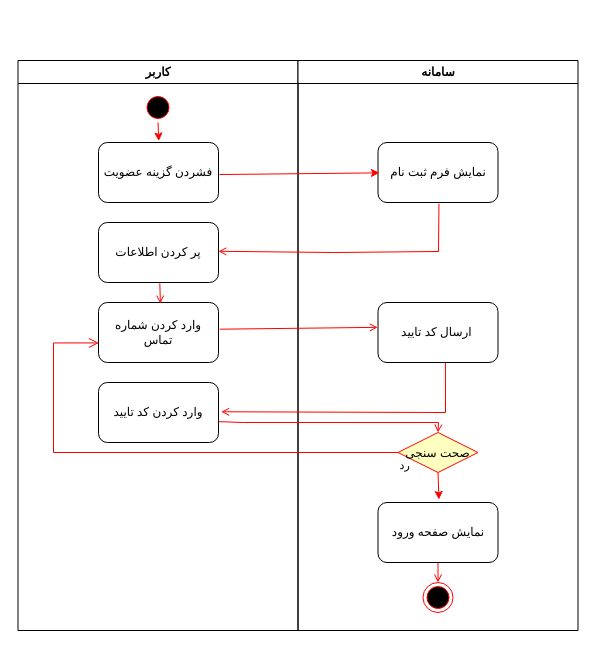
4Tech-IUT/Activity-Diagrams keeps this draw.io diagram as page "ثبت کاربر" (1 of 3) of LeilaAlaviAD.drawio. Above is the earlier version. Source tidied: cells renumbered, new cells numbered last; positions are measured from the earlier drawing's top-left corner, leaving out a move shared by most shapes. Both pictures are drawn from the tidied source at 100%, with x=0, y=0 at pixel (17, 60).
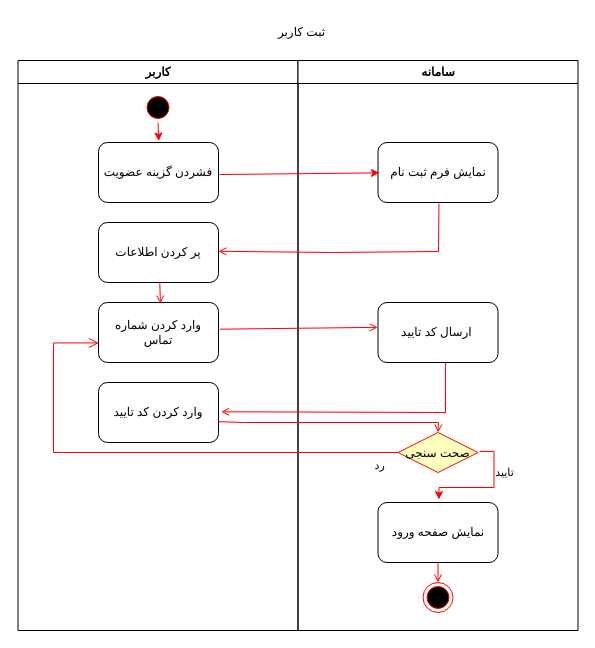
The same diagram, later.

The change refers to these unchanged cells:
```xml
<mxCell id="5" value="وارد کردن شماره تماس" style="rounded=1;whiteSpace=wrap;html=1;" parent="2" vertex="1">
  <mxGeometry x="80.5" y="242" width="120" height="60" as="geometry" />
</mxCell>
<mxCell id="10" value="سامانه" style="swimlane;whiteSpace=wrap;" parent="1" vertex="1">
  <mxGeometry x="280.5" width="280" height="570" as="geometry" />
</mxCell>
<mxCell id="14" value="صحت سنجی" style="rhombus;fillColor=#ffffc0;strokeColor=#ff0000;" parent="10" vertex="1">
  <mxGeometry x="100" y="372" width="80" height="40" as="geometry" />
</mxCell>
<mxCell id="16" value="نمایش صفحه ورود" style="rounded=1;whiteSpace=wrap;html=1;" parent="10" vertex="1">
  <mxGeometry x="80" y="442" width="120" height="60" as="geometry" />
</mxCell>
```

Diff of the diagram source:
```diff
@@
-    <mxCell id="17" style="endArrow=classic;html=1;rounded=0;exitX=0.5;exitY=1;exitDx=0;exitDy=0;entryX=0.508;entryY=-0.05;entryDx=0;entryDy=0;entryPerimeter=0;strokeColor=#FF0000;" parent="10" edge="1" source="14" target="16">
-      <mxGeometry relative="1" as="geometry" />
+    <mxCell id="17" style="endArrow=classic;html=1;rounded=0;exitX=1.021;exitY=0.473;exitDx=0;exitDy=0;entryX=0.508;entryY=-0.05;entryDx=0;entryDy=0;entryPerimeter=0;strokeColor=#FF0000;exitPerimeter=0;edgeStyle=orthogonalEdgeStyle;" parent="10" edge="1" source="14" target="16">
+      <mxGeometry relative="1" as="geometry">
+        <Array as="points">
+          <mxPoint x="196" y="391" />
+          <mxPoint x="196" y="427" />
+          <mxPoint x="141" y="427" />
+        </Array>
+      </mxGeometry>
     </mxCell>
+    <mxCell id="24" value="تایید" style="edgeLabel;html=1;align=center;verticalAlign=middle;" parent="17" vertex="1">
+      <mxGeometry x="-0.43" y="1" relative="1" as="geometry">
+        <mxPoint x="9" y="2" as="offset" />
+      </mxGeometry>
+    </mxCell>
@@
     <mxCell id="22" value="رد" style="edgeStyle=elbowEdgeStyle;elbow=horizontal;align=left;verticalAlign=top;endArrow=open;endSize=8;strokeColor=#FF0000;endFill=1;rounded=0;entryX=0.004;entryY=0.674;entryDx=0;entryDy=0;entryPerimeter=0;" parent="1" edge="1" source="14" target="5">
-      <mxGeometry x="-1" relative="1" as="geometry">
+      <mxGeometry x="-0.9" relative="1" as="geometry">
         <Array as="points">
           <mxPoint x="36" y="432" />
           <mxPoint x="246" y="382" />
           <mxPoint x="245.5" y="382" />
           <mxPoint x="265.5" y="372" />
         </Array>
       </mxGeometry>
     </mxCell>
@@
+    <mxCell id="25" value="ثبت کاربر" style="text;html=1;align=center;verticalAlign=middle;strokeColor=none;fillColor=none;" parent="1" vertex="1">
+      <mxGeometry x="254" y="-43" width="60" height="30" as="geometry" />
+    </mxCell>
```
